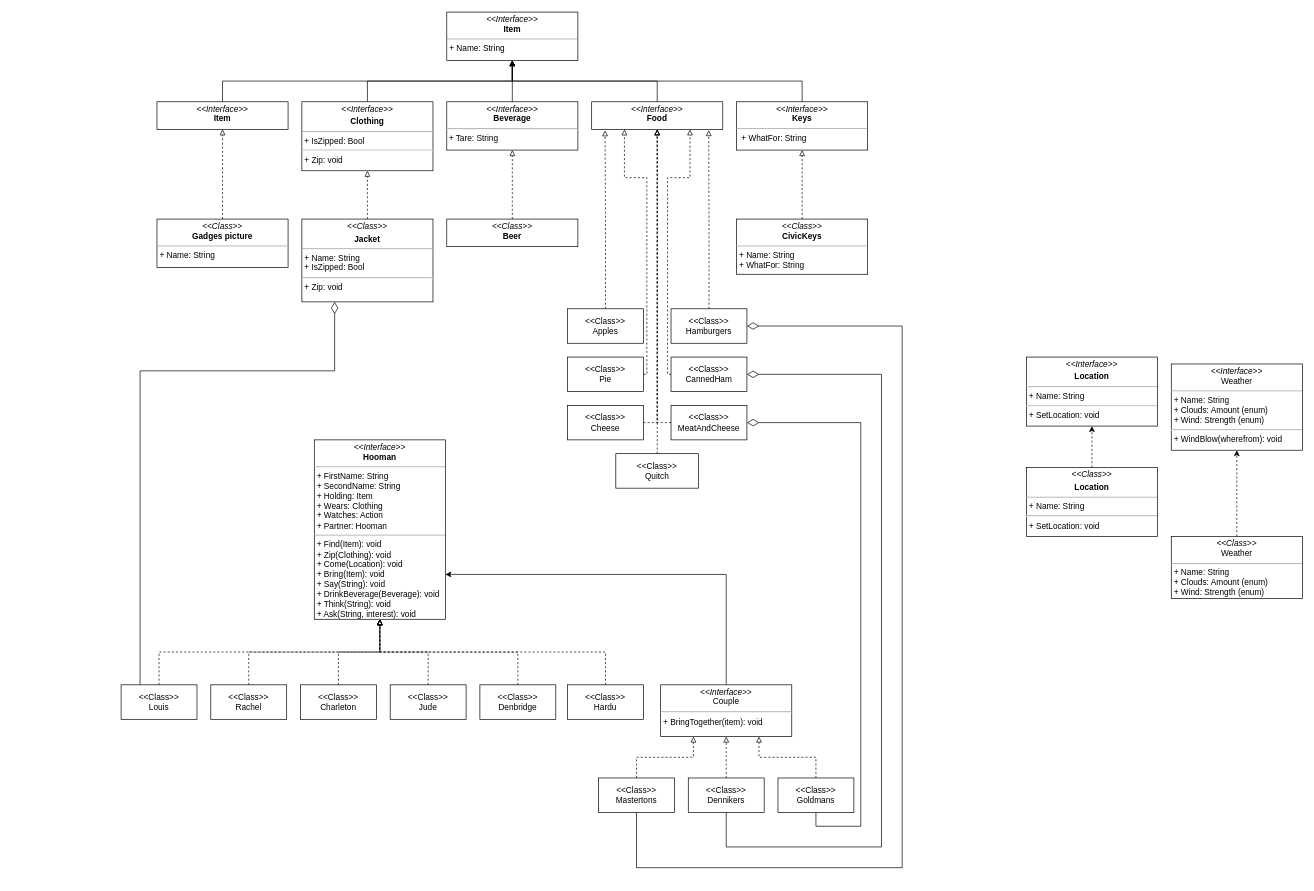
This is Untitled Diagram.drawio from Sat1l/laba4, a draw.io file, before an edit. Source tidied: cells renumbered, new cells numbered last; positions are measured from the earlier drawing's top-left corner, leaving out a move shared by most shapes. Both pictures are drawn from the tidied source at 69%, with x=0, y=0 at pixel (121, 12).
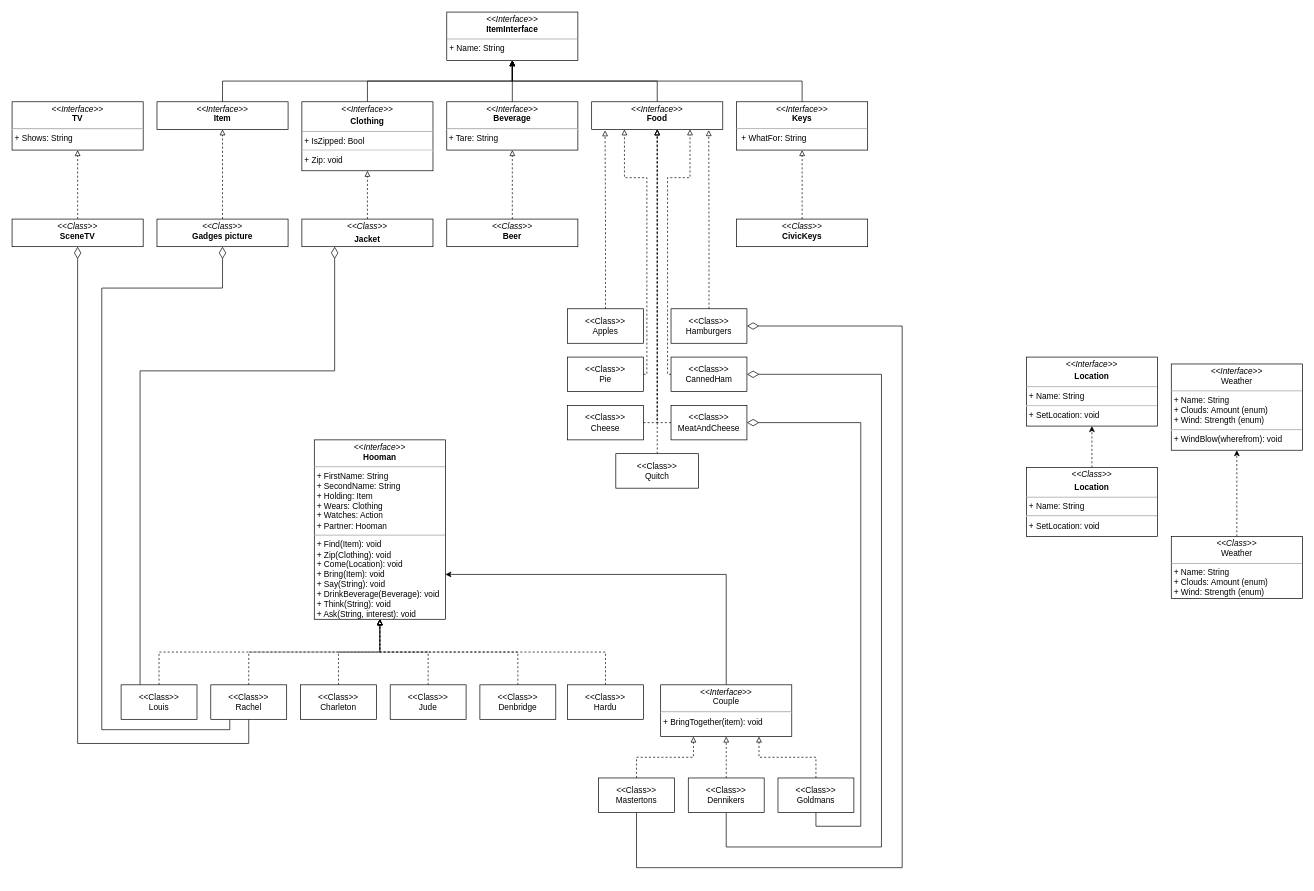
After the change.

Unchanged cells that the change refers to:
```xml
<mxCell id="32" value="&amp;lt;&amp;lt;Class&amp;gt;&amp;gt;&lt;br&gt;Rachel" style="html=1;whiteSpace=wrap;" parent="1" vertex="1">
  <mxGeometry x="130" y="975" width="110" height="50" as="geometry" />
</mxCell>
```

Change to the diagram source:
```diff
@@
-    <mxCell id="3" value="&lt;p style=&quot;margin:0px;margin-top:4px;text-align:center;&quot;&gt;&lt;i&gt;&amp;lt;&amp;lt;Interface&amp;gt;&amp;gt;&lt;/i&gt;&lt;br&gt;&lt;b&gt;Item&lt;/b&gt;&lt;/p&gt;&lt;hr size=&quot;1&quot;&gt;&lt;p style=&quot;margin:0px;margin-left:4px;&quot;&gt;+ Name: String&lt;br&gt;&lt;/p&gt;&lt;p style=&quot;margin:0px;margin-left:4px;&quot;&gt;&lt;br&gt;&lt;/p&gt;" style="verticalAlign=top;align=left;overflow=fill;fontSize=12;fontFamily=Helvetica;html=1;whiteSpace=wrap;" parent="1" vertex="1">
+    <mxCell id="3" value="&lt;p style=&quot;margin:0px;margin-top:4px;text-align:center;&quot;&gt;&lt;i&gt;&amp;lt;&amp;lt;Interface&amp;gt;&amp;gt;&lt;/i&gt;&lt;br&gt;&lt;b&gt;ItemInterface&lt;/b&gt;&lt;/p&gt;&lt;hr size=&quot;1&quot;&gt;&lt;p style=&quot;margin:0px;margin-left:4px;&quot;&gt;+ Name: String&lt;br&gt;&lt;/p&gt;&lt;p style=&quot;margin:0px;margin-left:4px;&quot;&gt;&lt;br&gt;&lt;/p&gt;" style="verticalAlign=top;align=left;overflow=fill;fontSize=12;fontFamily=Helvetica;html=1;whiteSpace=wrap;" parent="1" vertex="1">
       <mxGeometry x="472" width="190" height="70" as="geometry" />
     </mxCell>
@@
-    <mxCell id="17" value="&lt;p style=&quot;margin:0px;margin-top:4px;text-align:center;&quot;&gt;&lt;i&gt;&amp;lt;&amp;lt;Class&lt;/i&gt;&lt;i&gt;&amp;gt;&amp;gt;&lt;/i&gt;&lt;/p&gt;&lt;p style=&quot;margin:0px;margin-top:4px;text-align:center;&quot;&gt;&lt;b&gt;Jacket&lt;/b&gt;&lt;/p&gt;&lt;hr size=&quot;1&quot;&gt;&lt;p style=&quot;margin:0px;margin-left:4px;&quot;&gt;+ Name: String&lt;br&gt;&lt;/p&gt;&lt;p style=&quot;margin:0px;margin-left:4px;&quot;&gt;+ IsZipped: Bool&lt;/p&gt;&lt;hr&gt;&lt;p style=&quot;margin:0px;margin-left:4px;&quot;&gt;+ Zip: void&lt;/p&gt;" style="verticalAlign=top;align=left;overflow=fill;fontSize=12;fontFamily=Helvetica;html=1;whiteSpace=wrap;" parent="1" vertex="1">
-      <mxGeometry x="262" y="300" width="190" height="120" as="geometry" />
+    <mxCell id="17" value="&lt;p style=&quot;margin:0px;margin-top:4px;text-align:center;&quot;&gt;&lt;i&gt;&amp;lt;&amp;lt;Class&lt;/i&gt;&lt;i&gt;&amp;gt;&amp;gt;&lt;/i&gt;&lt;/p&gt;&lt;p style=&quot;margin:0px;margin-top:4px;text-align:center;&quot;&gt;&lt;b&gt;Jacket&lt;/b&gt;&lt;/p&gt;" style="verticalAlign=top;align=left;overflow=fill;fontSize=12;fontFamily=Helvetica;html=1;whiteSpace=wrap;" parent="1" vertex="1">
+      <mxGeometry x="262" y="300" width="190" height="40" as="geometry" />
     </mxCell>
@@
-    <mxCell id="19" value="&lt;p style=&quot;margin:0px;margin-top:4px;text-align:center;&quot;&gt;&lt;i&gt;&amp;lt;&amp;lt;Class&amp;gt;&amp;gt;&lt;/i&gt;&lt;br&gt;&lt;b&gt;CivicKeys&lt;/b&gt;&lt;/p&gt;&lt;hr size=&quot;1&quot;&gt;&lt;p style=&quot;margin:0px;margin-left:4px;&quot;&gt;+ Name: String&lt;/p&gt;&lt;p style=&quot;margin:0px;margin-left:4px;&quot;&gt;+ WhatFor: String&lt;/p&gt;" style="verticalAlign=top;align=left;overflow=fill;fontSize=12;fontFamily=Helvetica;html=1;whiteSpace=wrap;" parent="1" vertex="1">
-      <mxGeometry x="892" y="300" width="190" height="80" as="geometry" />
+    <mxCell id="19" value="&lt;p style=&quot;margin:0px;margin-top:4px;text-align:center;&quot;&gt;&lt;i&gt;&amp;lt;&amp;lt;Class&amp;gt;&amp;gt;&lt;/i&gt;&lt;br&gt;&lt;b&gt;CivicKeys&lt;/b&gt;&lt;/p&gt;" style="verticalAlign=top;align=left;overflow=fill;fontSize=12;fontFamily=Helvetica;html=1;whiteSpace=wrap;" parent="1" vertex="1">
+      <mxGeometry x="892" y="300" width="190" height="40" as="geometry" />
     </mxCell>
@@
-    <mxCell id="23" value="&lt;p style=&quot;margin:0px;margin-top:4px;text-align:center;&quot;&gt;&lt;i&gt;&amp;lt;&amp;lt;Class&amp;gt;&amp;gt;&lt;/i&gt;&lt;br&gt;&lt;b&gt;Gadges picture&lt;/b&gt;&lt;/p&gt;&lt;hr size=&quot;1&quot;&gt;&lt;p style=&quot;margin:0px;margin-left:4px;&quot;&gt;+ Name: String&lt;/p&gt;&lt;p style=&quot;margin:0px;margin-left:4px;&quot;&gt;&lt;br&gt;&lt;/p&gt;" style="verticalAlign=top;align=left;overflow=fill;fontSize=12;fontFamily=Helvetica;html=1;whiteSpace=wrap;" parent="1" vertex="1">
-      <mxGeometry x="52" y="300" width="190" height="70" as="geometry" />
+    <mxCell id="23" value="&lt;p style=&quot;margin:0px;margin-top:4px;text-align:center;&quot;&gt;&lt;i&gt;&amp;lt;&amp;lt;Class&amp;gt;&amp;gt;&lt;/i&gt;&lt;br&gt;&lt;b&gt;Gadges picture&lt;/b&gt;&lt;/p&gt;&lt;p style=&quot;margin:0px;margin-left:4px;&quot;&gt;&lt;br&gt;&lt;/p&gt;" style="verticalAlign=top;align=left;overflow=fill;fontSize=12;fontFamily=Helvetica;html=1;whiteSpace=wrap;" parent="1" vertex="1">
+      <mxGeometry x="52" y="300" width="190" height="40" as="geometry" />
     </mxCell>
@@
+    <mxCell id="66" style="edgeStyle=orthogonalEdgeStyle;rounded=0;jettySize=auto;html=1;exitX=0.25;exitY=1;exitDx=0;exitDy=0;entryX=0.5;entryY=1;entryDx=0;entryDy=0;endArrow=diamondThin;endFill=0;strokeWidth=1;endSize=15;" parent="1" edge="1" source="32" target="23">
+      <mxGeometry relative="1" as="geometry">
+        <Array as="points">
+          <mxPoint x="158" y="1040" />
+          <mxPoint x="-28" y="1040" />
+          <mxPoint x="-28" y="400" />
+          <mxPoint x="147" y="400" />
+        </Array>
+      </mxGeometry>
+    </mxCell>
+    <mxCell id="67" style="edgeStyle=orthogonalEdgeStyle;rounded=0;jettySize=auto;html=1;exitX=0.5;exitY=1;exitDx=0;exitDy=0;entryX=0.5;entryY=1;entryDx=0;entryDy=0;endArrow=diamondThin;endFill=0;strokeWidth=1;endSize=15;" parent="1" edge="1" source="32" target="70">
+      <mxGeometry relative="1" as="geometry">
+        <Array as="points">
+          <mxPoint x="185" y="1060" />
+          <mxPoint x="-63" y="1060" />
+        </Array>
+      </mxGeometry>
+    </mxCell>
@@
+    <mxCell id="68" value="&lt;p style=&quot;margin:0px;margin-top:4px;text-align:center;&quot;&gt;&lt;i&gt;&amp;lt;&amp;lt;Interface&amp;gt;&amp;gt;&lt;/i&gt;&lt;br&gt;&lt;b&gt;TV&lt;/b&gt;&lt;/p&gt;&lt;hr&gt;&lt;p style=&quot;margin:0px;margin-left:4px;&quot;&gt;+ Shows: String&lt;/p&gt;" style="verticalAlign=top;align=left;overflow=fill;fontSize=12;fontFamily=Helvetica;html=1;whiteSpace=wrap;" parent="1" vertex="1">
+      <mxGeometry x="-158" y="130" width="190" height="70" as="geometry" />
+    </mxCell>
+    <mxCell id="69" style="edgeStyle=orthogonalEdgeStyle;rounded=0;jettySize=auto;html=1;exitX=0.5;exitY=0;exitDx=0;exitDy=0;entryX=0.5;entryY=1;entryDx=0;entryDy=0;dashed=1;endArrow=block;endFill=0;" parent="1" edge="1" source="70" target="68">
+      <mxGeometry relative="1" as="geometry" />
+    </mxCell>
+    <mxCell id="70" value="&lt;p style=&quot;margin:0px;margin-top:4px;text-align:center;&quot;&gt;&lt;i&gt;&amp;lt;&amp;lt;Class&amp;gt;&amp;gt;&lt;/i&gt;&lt;br&gt;&lt;b&gt;SceneTV&lt;/b&gt;&lt;/p&gt;&lt;p style=&quot;margin:0px;margin-left:4px;&quot;&gt;&lt;br&gt;&lt;/p&gt;" style="verticalAlign=top;align=left;overflow=fill;fontSize=12;fontFamily=Helvetica;html=1;whiteSpace=wrap;" parent="1" vertex="1">
+      <mxGeometry x="-158" y="300" width="190" height="40" as="geometry" />
+    </mxCell>
```
